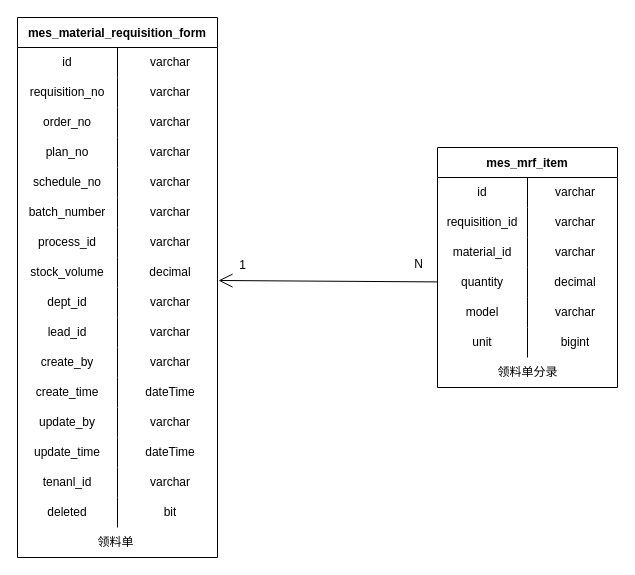
Earlier version of the draw.io diagram page "领料单管理" (3 of 7) of 数据表.drawio (KNAI-I/test). Source tidied: cells renumbered, new cells numbered last; positions are measured from the earlier drawing's top-left corner, leaving out a move shared by most shapes. Both pictures are drawn from the tidied source at 100%, with x=0, y=0 at pixel (17, 17).
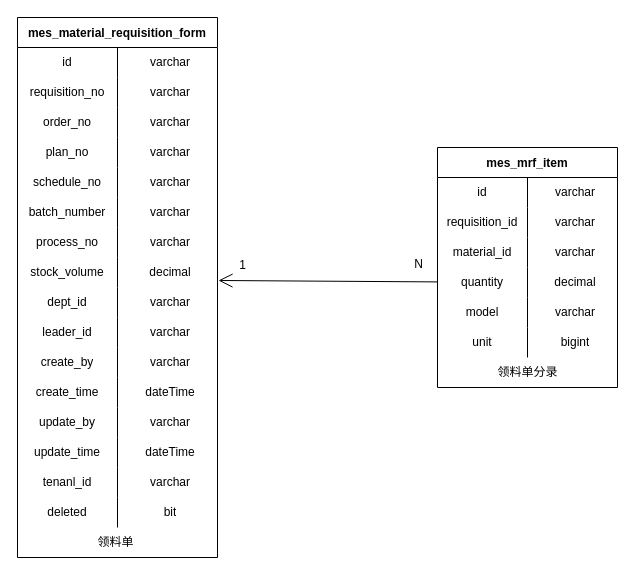
The same diagram, later.

The change refers to these unchanged cells:
```xml
<mxCell id="21" style="shape=tableRow;horizontal=0;startSize=0;swimlaneHead=0;swimlaneBody=0;top=0;left=0;bottom=0;right=0;fillColor=none;" parent="2" vertex="1">
  <mxGeometry y="210" width="200" height="30" as="geometry" />
</mxCell>
<mxCell id="30" style="shape=tableRow;horizontal=0;startSize=0;swimlaneHead=0;swimlaneBody=0;top=0;left=0;bottom=0;right=0;fillColor=none;" parent="2" vertex="1">
  <mxGeometry y="300" width="200" height="30" as="geometry" />
</mxCell>
```

What changed in the source:
```diff
@@
-    <mxCell id="22" value="process_id" style="shape=partialRectangle;html=1;whiteSpace=wrap;fillColor=none;top=0;left=0;bottom=0;right=0;overflow=hidden;" parent="21" vertex="1">
+    <mxCell id="22" value="process_no" style="shape=partialRectangle;html=1;whiteSpace=wrap;fillColor=none;top=0;left=0;bottom=0;right=0;overflow=hidden;" parent="21" vertex="1">
       <mxGeometry width="100" height="30" as="geometry" />
     </mxCell>
@@
-    <mxCell id="31" value="lead_id" style="shape=partialRectangle;html=1;whiteSpace=wrap;fillColor=none;top=0;left=0;bottom=0;right=0;overflow=hidden;" parent="30" vertex="1">
+    <mxCell id="31" value="leader_id" style="shape=partialRectangle;html=1;whiteSpace=wrap;fillColor=none;top=0;left=0;bottom=0;right=0;overflow=hidden;" parent="30" vertex="1">
       <mxGeometry width="100" height="30" as="geometry" />
     </mxCell>
```
